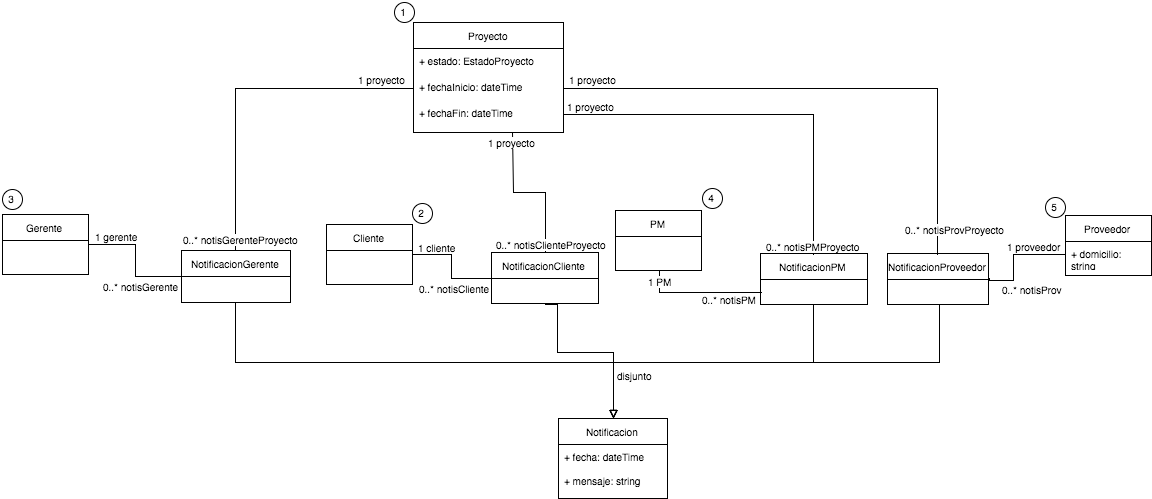
FlyingPumba/tp2-inge1 keeps this draw.io diagram as latex/imagenes/ModeloConceptual3.png. Above is the earlier version. Source tidied: cells renumbered, new cells last; positions are measured from the earlier drawing's top-left corner, leaving out a move shared by most shapes.
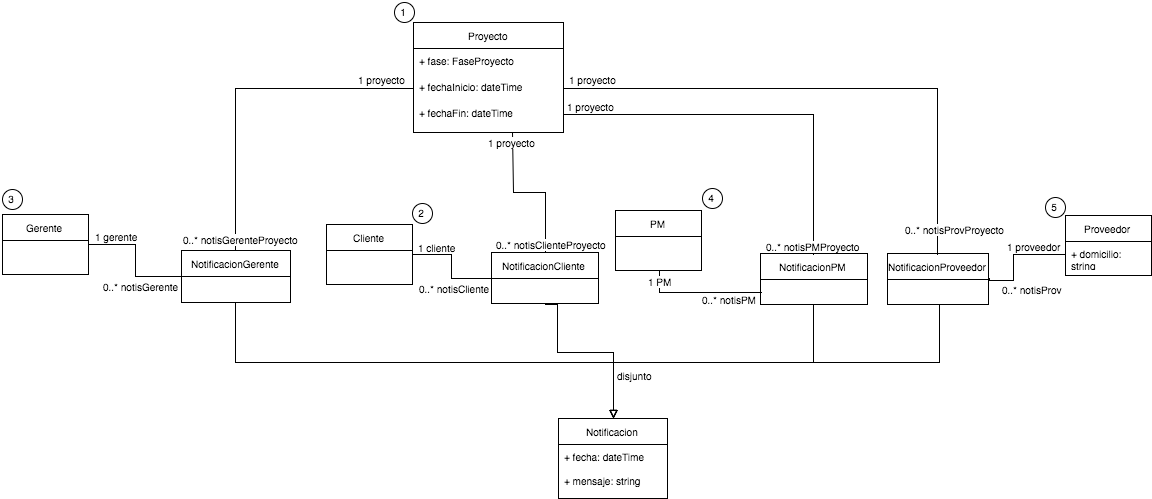
The same diagram one commit later.

Commit message:
Cambio Estado Proyecto a Fase Proyecto

Change to the diagram source:
```diff
@@ -63,7 +63,7 @@
     <mxCell id="15" value="Proyecto" style="swimlane;html=1;fontStyle=0;horizontal=1;startSize=26;fillColor=none;swimlaneFillColor=#ffffff;fontSize=10;" parent="1" vertex="1">
       <mxGeometry x="411" y="20" width="150" height="110" as="geometry" />
     </mxCell>
-    <mxCell id="16" value="+ estado: EstadoProyecto" style="text;html=1;strokeColor=none;fillColor=none;align=left;verticalAlign=top;spacingLeft=4;spacingRight=4;whiteSpace=wrap;overflow=hidden;fontSize=10;" parent="15" vertex="1">
+    <mxCell id="16" value="+ fase: FaseProyecto" style="text;html=1;strokeColor=none;fillColor=none;align=left;verticalAlign=top;spacingLeft=4;spacingRight=4;whiteSpace=wrap;overflow=hidden;fontSize=10;" parent="15" vertex="1">
       <mxGeometry y="26" width="150" height="26" as="geometry" />
     </mxCell>
     <mxCell id="17" value="+ fechaInicio: dateTime" style="text;html=1;strokeColor=none;fillColor=none;align=left;verticalAlign=top;spacingLeft=4;spacingRight=4;whiteSpace=wrap;overflow=hidden;fontSize=10;" parent="15" vertex="1">
@@ -72,7 +72,7 @@
     <mxCell id="18" value="+ fechaFin: dateTime" style="text;html=1;strokeColor=none;fillColor=none;align=left;verticalAlign=top;spacingLeft=4;spacingRight=4;whiteSpace=wrap;overflow=hidden;fontSize=10;" parent="15" vertex="1">
       <mxGeometry y="78" width="150" height="26" as="geometry" />
     </mxCell>
-    <mxCell id="19" value="+ estado: EstadoProyecto" style="text;html=1;strokeColor=none;fillColor=none;align=left;verticalAlign=top;spacingLeft=4;spacingRight=4;whiteSpace=wrap;overflow=hidden;fontSize=10;" parent="1" vertex="1">
+    <mxCell id="19" value="+ fase: FaseProyecto" style="text;html=1;strokeColor=none;fillColor=none;align=left;verticalAlign=top;spacingLeft=4;spacingRight=4;whiteSpace=wrap;overflow=hidden;fontSize=10;" parent="1" vertex="1">
       <mxGeometry x="411" y="46" width="150" height="26" as="geometry" />
     </mxCell>
     <mxCell id="20" value="+ fechaInicio: dateTime" style="text;html=1;strokeColor=none;fillColor=none;align=left;verticalAlign=top;spacingLeft=4;spacingRight=4;whiteSpace=wrap;overflow=hidden;points=[[0,0.5],[1,0.5]];portConstraint=eastwest;fontSize=10;" parent="1" vertex="1">
```
